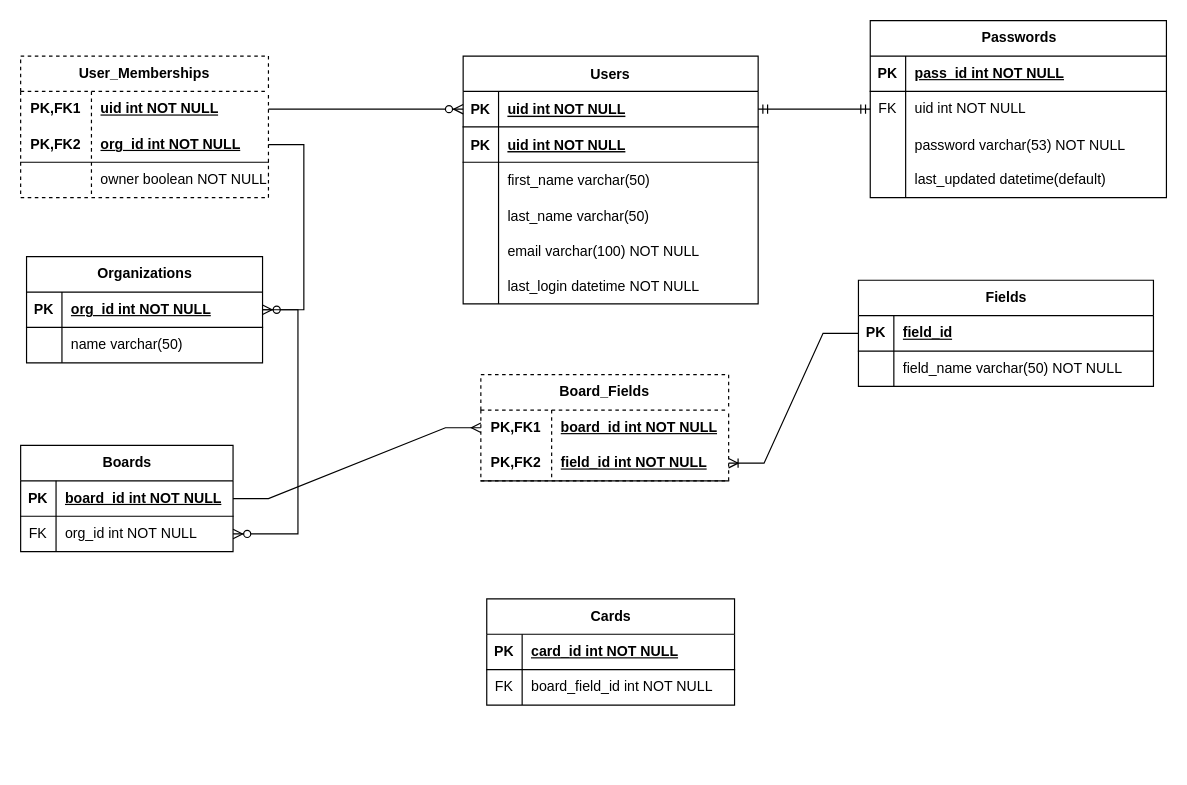
Bilgecrank/hindsite keeps this draw.io diagram as .diagrams/ERD_hindsite.drawio. Above is the earlier version. Source tidied: cells renumbered, new cells numbered last; positions are measured from the earlier drawing's top-left corner, leaving out a move shared by most shapes. Both pictures are drawn from the tidied source at 118%, with x=0, y=0 at pixel (-316, 20).
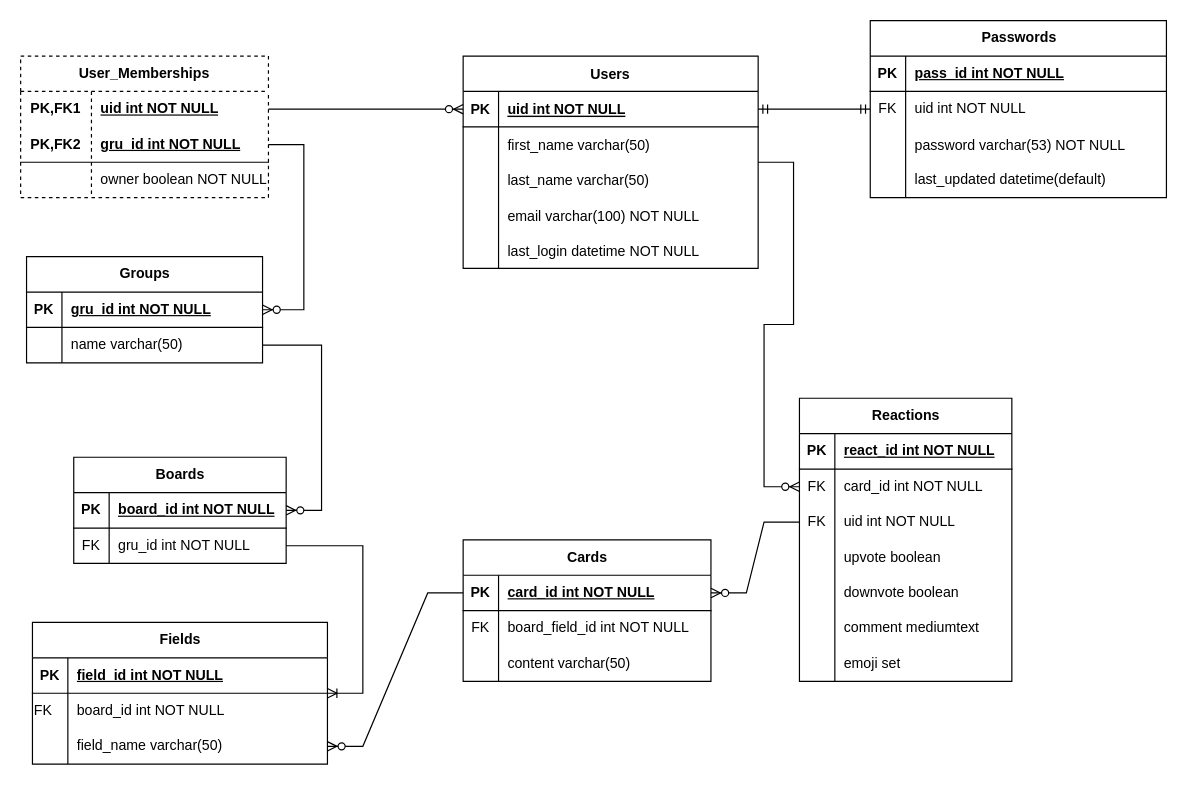
The same diagram, later.

The change refers to these unchanged cells:
```xml
<mxCell id="22" style="shape=tableRow;horizontal=0;startSize=0;swimlaneHead=0;swimlaneBody=0;fillColor=none;points=[[0,0.5],[1,0.5]];portConstraint=eastwest;top=0;left=0;right=0;bottom=1;" parent="21" vertex="1">
  <mxGeometry y="30" width="200" height="30" as="geometry" />
</mxCell>
<mxCell id="25" style="shape=tableRow;horizontal=0;startSize=0;swimlaneHead=0;swimlaneBody=0;fillColor=none;points=[[0,0.5],[1,0.5]];portConstraint=eastwest;top=0;left=0;right=0;bottom=0;" parent="21" vertex="1">
  <mxGeometry y="60" width="200" height="30" as="geometry" />
</mxCell>
<mxCell id="48" style="shape=tableRow;horizontal=0;startSize=0;swimlaneHead=0;swimlaneBody=0;fillColor=none;points=[[0,0.5],[1,0.5]];portConstraint=eastwest;top=0;left=0;right=0;bottom=1;html=1;" parent="44" vertex="1">
  <mxGeometry y="60" width="210" height="30" as="geometry" />
</mxCell>
<mxCell id="55" style="shape=tableRow;horizontal=0;startSize=0;swimlaneHead=0;swimlaneBody=0;fillColor=none;points=[[0,0.5],[1,0.5]];portConstraint=eastwest;top=0;left=0;right=0;bottom=1;" parent="54" vertex="1">
  <mxGeometry y="30" width="180" height="30" as="geometry" />
</mxCell>
<mxCell id="58" style="shape=tableRow;horizontal=0;startSize=0;swimlaneHead=0;swimlaneBody=0;fillColor=none;points=[[0,0.5],[1,0.5]];portConstraint=eastwest;top=0;left=0;right=0;bottom=0;" parent="54" vertex="1">
  <mxGeometry y="60" width="180" height="30" as="geometry" />
</mxCell>
<mxCell id="62" style="shape=tableRow;horizontal=0;startSize=0;swimlaneHead=0;swimlaneBody=0;fillColor=none;points=[[0,0.5],[1,0.5]];portConstraint=eastwest;top=0;left=0;right=0;bottom=1;" parent="61" vertex="1">
  <mxGeometry y="30" width="210" height="30" as="geometry" />
</mxCell>
<mxCell id="69" style="shape=tableRow;horizontal=0;startSize=0;swimlaneHead=0;swimlaneBody=0;fillColor=none;points=[[0,0.5],[1,0.5]];portConstraint=eastwest;top=0;left=0;right=0;bottom=1;" parent="68" vertex="1">
  <mxGeometry y="30" width="250" height="30" as="geometry" />
</mxCell>
```

Change to the diagram source:
```diff
@@
     <mxCell id="2" value="Users" style="shape=table;startSize=30;childLayout=tableLayout;rowLines=0;fontStyle=1;align=center;" parent="1" vertex="1">
-      <mxGeometry x="660" y="30" width="250" height="210" as="geometry" />
+      <mxGeometry x="660" y="30" width="250" height="180" as="geometry" />
     </mxCell>
@@
-    <mxCell id="6" style="shape=partialRectangle;fillColor=none;top=0;left=0;right=0;bottom=1;" parent="2" vertex="1">
-      <mxGeometry y="60" width="250" height="30" as="geometry" />
-    </mxCell>
-    <mxCell id="7" value="PK" style="shape=partialRectangle;overflow=hidden;fillColor=none;top=0;left=0;bottom=0;right=0;fontStyle=1;" parent="6" vertex="1">
-      <mxGeometry width="30" height="30" as="geometry" />
-    </mxCell>
-    <mxCell id="8" value="uid int NOT NULL " style="shape=partialRectangle;overflow=hidden;fillColor=none;top=0;left=0;bottom=0;right=0;align=left;spacingLeft=6;fontStyle=5;" parent="6" vertex="1">
-      <mxGeometry x="30" width="220" height="30" as="geometry" />
-    </mxCell>
     <mxCell id="9" style="shape=partialRectangle;fillColor=none;top=0;left=0;right=0;bottom=0;" parent="2" vertex="1">
-      <mxGeometry y="90" width="250" height="30" as="geometry" />
+      <mxGeometry y="60" width="250" height="30" as="geometry" />
     </mxCell>
@@
     <mxCell id="12" style="shape=partialRectangle;fillColor=none;top=0;left=0;right=0;bottom=0;" parent="2" vertex="1">
-      <mxGeometry y="120" width="250" height="30" as="geometry" />
+      <mxGeometry y="90" width="250" height="30" as="geometry" />
     </mxCell>
@@
     <mxCell id="15" style="shape=partialRectangle;fillColor=none;top=0;left=0;right=0;bottom=0;" parent="2" vertex="1">
-      <mxGeometry y="150" width="250" height="30" as="geometry" />
+      <mxGeometry y="120" width="250" height="30" as="geometry" />
     </mxCell>
@@
     <mxCell id="18" style="shape=partialRectangle;fillColor=none;top=0;left=0;right=0;bottom=0;" parent="2" vertex="1">
-      <mxGeometry y="180" width="250" height="30" as="geometry" />
+      <mxGeometry y="150" width="250" height="30" as="geometry" />
     </mxCell>
@@
-    <mxCell id="21" value="Organizations" style="shape=table;startSize=30;childLayout=tableLayout;rowLines=0;fontStyle=1;align=center;html=1;" parent="1" vertex="1">
+    <mxCell id="21" value="Groups" style="shape=table;startSize=30;childLayout=tableLayout;rowLines=0;fontStyle=1;align=center;html=1;" parent="1" vertex="1">
       <mxGeometry x="290" y="200" width="200" height="90" as="geometry" />
     </mxCell>
@@
-    <mxCell id="24" value="org_id int NOT NULL" style="shape=partialRectangle;fillColor=none;top=0;left=0;bottom=0;right=0;align=left;spacingLeft=6;fontStyle=5;overflow=hidden;whiteSpace=wrap;html=1;" parent="22" vertex="1">
+    <mxCell id="24" value="gru_id int NOT NULL" style="shape=partialRectangle;fillColor=none;top=0;left=0;bottom=0;right=0;align=left;spacingLeft=6;fontStyle=5;overflow=hidden;whiteSpace=wrap;html=1;" parent="22" vertex="1">
       <mxGeometry x="30" width="170" height="30" as="geometry" />
     </mxCell>
@@
-    <mxCell id="50" value="org_id int NOT NULL" style="shape=partialRectangle;fillColor=none;top=0;left=0;bottom=0;right=0;align=left;spacingLeft=6;fontStyle=5;overflow=hidden;html=1;whiteSpace=wrap;" parent="48" vertex="1">
+    <mxCell id="50" value="gru_id int NOT NULL" style="shape=partialRectangle;fillColor=none;top=0;left=0;bottom=0;right=0;align=left;spacingLeft=6;fontStyle=5;overflow=hidden;html=1;whiteSpace=wrap;" parent="48" vertex="1">
       <mxGeometry x="60" width="150" height="30" as="geometry" />
     </mxCell>
@@
     <mxCell id="54" value="Boards" style="shape=table;startSize=30;childLayout=tableLayout;rowLines=0;fontStyle=1;align=center;html=1;" parent="1" vertex="1">
-      <mxGeometry x="285" y="360" width="180" height="90" as="geometry" />
+      <mxGeometry x="330" y="370" width="180" height="90" as="geometry" />
     </mxCell>
@@
-    <mxCell id="60" value="org_id int NOT NULL" style="shape=partialRectangle;fillColor=none;top=0;left=0;bottom=0;right=0;align=left;spacingLeft=6;overflow=hidden;whiteSpace=wrap;html=1;" parent="58" vertex="1">
+    <mxCell id="60" value="gru_id int NOT NULL" style="shape=partialRectangle;fillColor=none;top=0;left=0;bottom=0;right=0;align=left;spacingLeft=6;overflow=hidden;whiteSpace=wrap;html=1;" parent="58" vertex="1">
       <mxGeometry x="30" width="150" height="30" as="geometry" />
     </mxCell>
     <mxCell id="61" value="Cards" style="shape=table;startSize=30;childLayout=tableLayout;rowLines=0;fontStyle=1;align=center;html=1;" parent="1" vertex="1">
-      <mxGeometry x="680" y="490" width="210" height="90" as="geometry" />
+      <mxGeometry x="660" y="440" width="210" height="120" as="geometry" />
     </mxCell>
@@
+    <mxCell id="85" style="shape=tableRow;horizontal=0;startSize=0;swimlaneHead=0;swimlaneBody=0;fillColor=none;top=0;left=0;right=0;bottom=0;" parent="61" vertex="1">
+      <mxGeometry y="90" width="210" height="30" as="geometry" />
+    </mxCell>
+    <mxCell id="86" style="shape=partialRectangle;fillColor=none;top=0;left=0;bottom=0;right=0;fontStyle=0;overflow=hidden;whiteSpace=wrap;html=1;" parent="85" vertex="1">
+      <mxGeometry width="30" height="30" as="geometry" />
+    </mxCell>
+    <mxCell id="87" value="content varchar(50)" style="shape=partialRectangle;fillColor=none;top=0;left=0;bottom=0;right=0;align=left;spacingLeft=6;fontStyle=0;overflow=hidden;whiteSpace=wrap;html=1;" parent="85" vertex="1">
+      <mxGeometry x="30" width="180" height="30" as="geometry" />
+    </mxCell>
     <mxCell id="68" value="Fields" style="shape=table;startSize=30;childLayout=tableLayout;rowLines=0;fontStyle=1;align=center;html=1;" parent="1" vertex="1">
-      <mxGeometry x="995" y="220" width="250" height="90" as="geometry" />
+      <mxGeometry x="295" y="510" width="250" height="120" as="geometry" />
     </mxCell>
@@
-    <mxCell id="71" value="field_id" style="shape=partialRectangle;fillColor=none;top=0;left=0;bottom=0;right=0;align=left;spacingLeft=6;fontStyle=5;overflow=hidden;whiteSpace=wrap;html=1;" parent="69" vertex="1">
+    <mxCell id="71" value="field_id int NOT NULL" style="shape=partialRectangle;fillColor=none;top=0;left=0;bottom=0;right=0;align=left;spacingLeft=6;fontStyle=5;overflow=hidden;whiteSpace=wrap;html=1;" parent="69" vertex="1">
       <mxGeometry x="30" width="220" height="30" as="geometry" />
     </mxCell>
+    <mxCell id="88" style="shape=tableRow;horizontal=0;startSize=0;swimlaneHead=0;swimlaneBody=0;fillColor=none;top=0;left=0;right=0;bottom=0;" parent="68" vertex="1">
+      <mxGeometry y="60" width="250" height="30" as="geometry" />
+    </mxCell>
+    <mxCell id="89" value="FK&lt;span style=&quot;white-space: pre;&quot;&gt;&#9;&lt;/span&gt;" style="shape=partialRectangle;fillColor=none;top=0;left=0;bottom=0;right=0;overflow=hidden;whiteSpace=wrap;html=1;" parent="88" vertex="1">
+      <mxGeometry width="30" height="30" as="geometry" />
+    </mxCell>
+    <mxCell id="78" value="board_id int NOT NULL" style="shape=partialRectangle;fillColor=none;top=0;left=0;bottom=0;right=0;align=left;spacingLeft=6;overflow=hidden;whiteSpace=wrap;html=1;" parent="88" vertex="1">
+      <mxGeometry x="30" width="220" height="30" as="geometry" />
+    </mxCell>
     <mxCell id="72" style="shape=tableRow;horizontal=0;startSize=0;swimlaneHead=0;swimlaneBody=0;fillColor=none;points=[[0,0.5],[1,0.5]];portConstraint=eastwest;top=0;left=0;right=0;bottom=0;" parent="68" vertex="1">
-      <mxGeometry y="60" width="250" height="30" as="geometry" />
+      <mxGeometry y="90" width="250" height="30" as="geometry" />
     </mxCell>
@@
-    <mxCell id="74" value="field_name varchar(50) NOT NULL" style="shape=partialRectangle;fillColor=none;top=0;left=0;bottom=0;right=0;align=left;spacingLeft=6;overflow=hidden;whiteSpace=wrap;html=1;" parent="72" vertex="1">
+    <mxCell id="74" value="field_name varchar(50)" style="shape=partialRectangle;fillColor=none;top=0;left=0;bottom=0;right=0;align=left;spacingLeft=6;overflow=hidden;whiteSpace=wrap;html=1;" parent="72" vertex="1">
       <mxGeometry x="30" width="220" height="30" as="geometry" />
     </mxCell>
-    <mxCell id="75" value="Board_Fields" style="shape=table;startSize=30;childLayout=tableLayout;rowLines=0;fontStyle=1;align=center;html=1;whiteSpace=wrap;dashed=1;" parent="1" vertex="1">
-      <mxGeometry x="675" y="300" width="210" height="90" as="geometry" />
-    </mxCell>
-    <mxCell id="76" style="shape=tableRow;horizontal=0;startSize=0;swimlaneHead=0;swimlaneBody=0;fillColor=none;points=[[0,0.5],[1,0.5]];portConstraint=eastwest;top=0;left=0;right=0;bottom=0;html=1;" parent="75" vertex="1">
-      <mxGeometry y="30" width="210" height="30" as="geometry" />
-    </mxCell>
-    <mxCell id="77" value="PK,FK1" style="shape=partialRectangle;fillColor=none;top=0;left=0;bottom=0;right=0;fontStyle=1;overflow=hidden;html=1;whiteSpace=wrap;" parent="76" vertex="1">
-      <mxGeometry width="60" height="30" as="geometry" />
-    </mxCell>
-    <mxCell id="78" value="board_id int NOT NULL" style="shape=partialRectangle;fillColor=none;top=0;left=0;bottom=0;right=0;align=left;spacingLeft=6;fontStyle=5;overflow=hidden;html=1;whiteSpace=wrap;" parent="76" vertex="1">
-      <mxGeometry x="60" width="150" height="30" as="geometry" />
-    </mxCell>
-    <mxCell id="79" style="shape=tableRow;horizontal=0;startSize=0;swimlaneHead=0;swimlaneBody=0;fillColor=none;points=[[0,0.5],[1,0.5]];portConstraint=eastwest;top=0;left=0;right=0;bottom=1;html=1;" parent="75" vertex="1">
-      <mxGeometry y="60" width="210" height="30" as="geometry" />
-    </mxCell>
-    <mxCell id="80" value="PK,FK2" style="shape=partialRectangle;fillColor=none;top=0;left=0;bottom=0;right=0;fontStyle=1;overflow=hidden;html=1;whiteSpace=wrap;" parent="79" vertex="1">
-      <mxGeometry width="60" height="30" as="geometry" />
-    </mxCell>
-    <mxCell id="81" value="field_id int NOT NULL" style="shape=partialRectangle;fillColor=none;top=0;left=0;bottom=0;right=0;align=left;spacingLeft=6;fontStyle=5;overflow=hidden;html=1;whiteSpace=wrap;" parent="79" vertex="1">
-      <mxGeometry x="60" width="150" height="30" as="geometry" />
-    </mxCell>
-    <mxCell id="82" style="edgeStyle=entityRelationEdgeStyle;fontSize=12;html=1;endArrow=ERoneToMany;rounded=0;" parent="1" edge="1" source="69" target="79">
-      <mxGeometry relative="1" as="geometry" />
+    <mxCell id="82" style="edgeStyle=entityRelationEdgeStyle;fontSize=12;html=1;endArrow=ERoneToMany;rounded=0;" parent="1" edge="1" source="58" target="68">
+      <mxGeometry relative="1" as="geometry">
+        <Array as="points">
+          <mxPoint x="765" y="500" />
+          <mxPoint x="525" y="470" />
+          <mxPoint x="685" y="500" />
+          <mxPoint x="775" y="470" />
+        </Array>
+      </mxGeometry>
     </mxCell>
-    <mxCell id="83" style="edgeStyle=entityRelationEdgeStyle;fontSize=12;html=1;endArrow=ERmany;rounded=0;" parent="1" edge="1" source="55" target="76">
-      <mxGeometry relative="1" as="geometry" />
-    </mxCell>
-    <mxCell id="84" style="edgeStyle=entityRelationEdgeStyle;fontSize=12;html=1;endArrow=ERzeroToMany;endFill=1;rounded=0;" parent="1" edge="1" source="22" target="58">
+    <mxCell id="84" style="edgeStyle=entityRelationEdgeStyle;fontSize=12;html=1;endArrow=ERzeroToMany;endFill=1;rounded=0;" parent="1" edge="1" source="25" target="55">
       <mxGeometry relative="1" as="geometry">
         <Array as="points">
-          <mxPoint y="345" />
-          <mxPoint x="265" y="375" />
-          <mxPoint x="220" y="365" />
-          <mxPoint x="220" y="355" />
+          <mxPoint x="80" y="360" />
+          <mxPoint x="345" y="390" />
+          <mxPoint x="300" y="380" />
+          <mxPoint x="300" y="370" />
         </Array>
       </mxGeometry>
     </mxCell>
+    <mxCell id="90" style="edgeStyle=entityRelationEdgeStyle;fontSize=12;html=1;endArrow=ERzeroToMany;endFill=1;rounded=0;" parent="1" edge="1" source="62" target="72">
+      <mxGeometry relative="1" as="geometry" />
+    </mxCell>
+    <mxCell id="91" value="Reactions" style="shape=table;startSize=30;childLayout=tableLayout;rowLines=0;fontStyle=1;align=center;html=1;" parent="1" vertex="1">
+      <mxGeometry x="945" y="320" width="180" height="240" as="geometry" />
+    </mxCell>
+    <mxCell id="92" style="shape=tableRow;horizontal=0;startSize=0;swimlaneHead=0;swimlaneBody=0;fillColor=none;top=0;left=0;right=0;bottom=1;" parent="91" vertex="1">
+      <mxGeometry y="30" width="180" height="30" as="geometry" />
+    </mxCell>
+    <mxCell id="7" value="PK" style="shape=partialRectangle;fillColor=none;top=0;left=0;bottom=0;right=0;fontStyle=1;overflow=hidden;whiteSpace=wrap;html=1;" parent="92" vertex="1">
+      <mxGeometry width="30" height="30" as="geometry" />
+    </mxCell>
+    <mxCell id="93" value="react_id int NOT NULL" style="shape=partialRectangle;fillColor=none;top=0;left=0;bottom=0;right=0;align=left;spacingLeft=6;fontStyle=5;overflow=hidden;whiteSpace=wrap;html=1;" parent="92" vertex="1">
+      <mxGeometry x="30" width="150" height="30" as="geometry" />
+    </mxCell>
+    <mxCell id="94" style="shape=tableRow;horizontal=0;startSize=0;swimlaneHead=0;swimlaneBody=0;fillColor=none;points=[[0,0.5],[1,0.5]];portConstraint=eastwest;top=0;left=0;right=0;bottom=0;" parent="91" vertex="1">
+      <mxGeometry y="60" width="180" height="30" as="geometry" />
+    </mxCell>
+    <mxCell id="95" value="FK" style="shape=partialRectangle;fillColor=none;top=0;left=0;bottom=0;right=0;overflow=hidden;whiteSpace=wrap;html=1;" parent="94" vertex="1">
+      <mxGeometry width="30" height="30" as="geometry" />
+    </mxCell>
+    <mxCell id="96" value="card_id int NOT NULL" style="shape=partialRectangle;fillColor=none;top=0;left=0;bottom=0;right=0;align=left;spacingLeft=6;overflow=hidden;whiteSpace=wrap;html=1;" parent="94" vertex="1">
+      <mxGeometry x="30" width="150" height="30" as="geometry" />
+    </mxCell>
+    <mxCell id="97" style="shape=tableRow;horizontal=0;startSize=0;swimlaneHead=0;swimlaneBody=0;fillColor=none;points=[[0,0.5],[1,0.5]];portConstraint=eastwest;top=0;left=0;right=0;bottom=0;" parent="91" vertex="1">
+      <mxGeometry y="90" width="180" height="30" as="geometry" />
+    </mxCell>
+    <mxCell id="98" value="FK" style="shape=partialRectangle;fillColor=none;top=0;left=0;bottom=0;right=0;overflow=hidden;whiteSpace=wrap;html=1;" parent="97" vertex="1">
+      <mxGeometry width="30" height="30" as="geometry" />
+    </mxCell>
+    <mxCell id="8" value="uid int NOT NULL" style="shape=partialRectangle;fillColor=none;top=0;left=0;bottom=0;right=0;align=left;spacingLeft=6;overflow=hidden;whiteSpace=wrap;html=1;" parent="97" vertex="1">
+      <mxGeometry x="30" width="150" height="30" as="geometry" />
+    </mxCell>
+    <mxCell id="99" style="shape=tableRow;horizontal=0;startSize=0;swimlaneHead=0;swimlaneBody=0;fillColor=none;top=0;left=0;right=0;bottom=0;" parent="91" vertex="1">
+      <mxGeometry y="120" width="180" height="30" as="geometry" />
+    </mxCell>
+    <mxCell id="100" style="shape=partialRectangle;fillColor=none;top=0;left=0;bottom=0;right=0;overflow=hidden;whiteSpace=wrap;html=1;" parent="99" vertex="1">
+      <mxGeometry width="30" height="30" as="geometry" />
+    </mxCell>
+    <mxCell id="101" value="upvote boolean" style="shape=partialRectangle;fillColor=none;top=0;left=0;bottom=0;right=0;align=left;spacingLeft=6;overflow=hidden;whiteSpace=wrap;html=1;" parent="99" vertex="1">
+      <mxGeometry x="30" width="150" height="30" as="geometry" />
+    </mxCell>
+    <mxCell id="102" style="shape=tableRow;horizontal=0;startSize=0;swimlaneHead=0;swimlaneBody=0;fillColor=none;top=0;left=0;right=0;bottom=0;" parent="91" vertex="1">
+      <mxGeometry y="150" width="180" height="30" as="geometry" />
+    </mxCell>
+    <mxCell id="103" style="shape=partialRectangle;fillColor=none;top=0;left=0;bottom=0;right=0;overflow=hidden;whiteSpace=wrap;html=1;" parent="102" vertex="1">
+      <mxGeometry width="30" height="30" as="geometry" />
+    </mxCell>
+    <mxCell id="104" value="downvote boolean" style="shape=partialRectangle;fillColor=none;top=0;left=0;bottom=0;right=0;align=left;spacingLeft=6;overflow=hidden;whiteSpace=wrap;html=1;" parent="102" vertex="1">
+      <mxGeometry x="30" width="150" height="30" as="geometry" />
+    </mxCell>
+    <mxCell id="105" style="shape=tableRow;horizontal=0;startSize=0;swimlaneHead=0;swimlaneBody=0;fillColor=none;top=0;left=0;right=0;bottom=0;" parent="91" vertex="1">
+      <mxGeometry y="180" width="180" height="30" as="geometry" />
+    </mxCell>
+    <mxCell id="106" style="shape=partialRectangle;fillColor=none;top=0;left=0;bottom=0;right=0;overflow=hidden;whiteSpace=wrap;html=1;" parent="105" vertex="1">
+      <mxGeometry width="30" height="30" as="geometry" />
+    </mxCell>
+    <mxCell id="107" value="comment mediumtext" style="shape=partialRectangle;fillColor=none;top=0;left=0;bottom=0;right=0;align=left;spacingLeft=6;overflow=hidden;whiteSpace=wrap;html=1;" parent="105" vertex="1">
+      <mxGeometry x="30" width="150" height="30" as="geometry" />
+    </mxCell>
+    <mxCell id="108" style="shape=tableRow;horizontal=0;startSize=0;swimlaneHead=0;swimlaneBody=0;fillColor=none;top=0;left=0;right=0;bottom=0;" parent="91" vertex="1">
+      <mxGeometry y="210" width="180" height="30" as="geometry" />
+    </mxCell>
+    <mxCell id="109" style="shape=partialRectangle;fillColor=none;top=0;left=0;bottom=0;right=0;overflow=hidden;whiteSpace=wrap;html=1;" parent="108" vertex="1">
+      <mxGeometry width="30" height="30" as="geometry" />
+    </mxCell>
+    <mxCell id="110" value="emoji set" style="shape=partialRectangle;fillColor=none;top=0;left=0;bottom=0;right=0;align=left;spacingLeft=6;overflow=hidden;whiteSpace=wrap;html=1;" parent="108" vertex="1">
+      <mxGeometry x="30" width="150" height="30" as="geometry" />
+    </mxCell>
+    <mxCell id="111" style="edgeStyle=entityRelationEdgeStyle;fontSize=12;html=1;endArrow=ERzeroToMany;endFill=1;rounded=0;" parent="1" edge="1" source="2" target="94">
+      <mxGeometry relative="1" as="geometry" />
+    </mxCell>
+    <mxCell id="112" style="edgeStyle=entityRelationEdgeStyle;fontSize=12;html=1;endArrow=ERzeroToMany;endFill=1;rounded=0;" parent="1" edge="1" source="97" target="62">
+      <mxGeometry relative="1" as="geometry" />
+    </mxCell>
```
